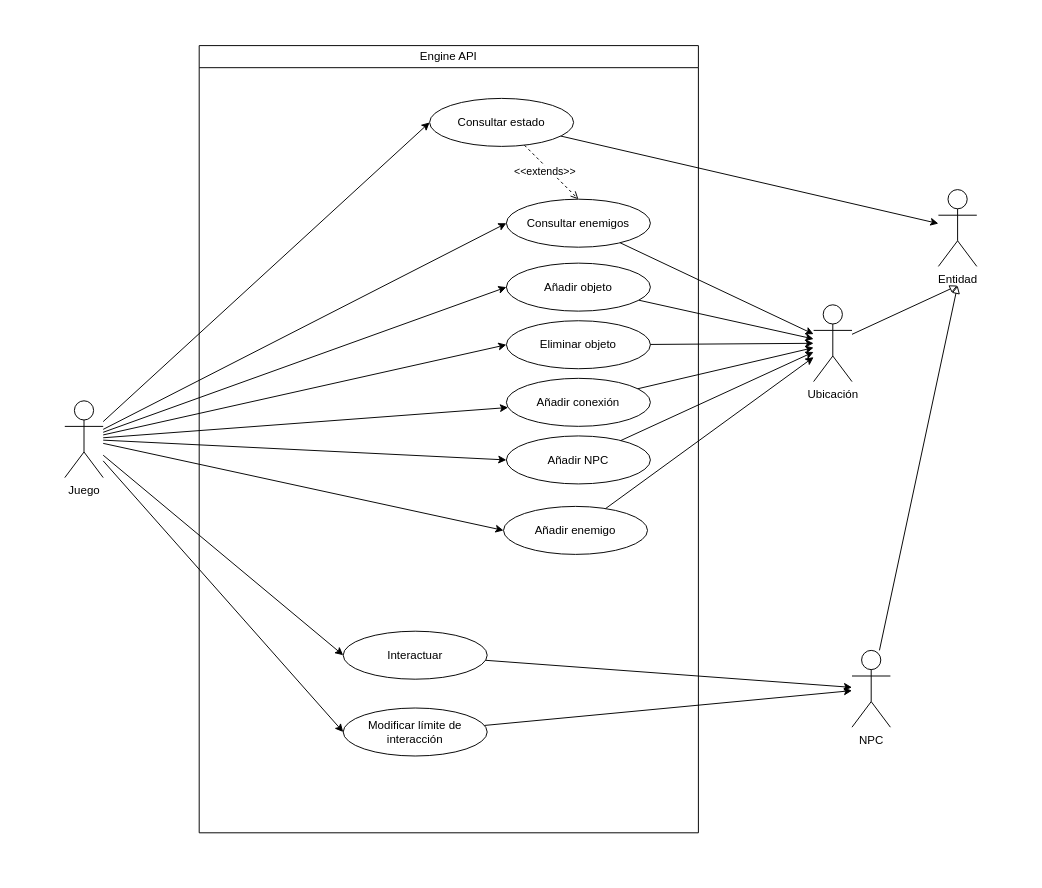
This is document/tex_files/mainmatter/chapter_4/images/diagrama_analisis_motor/casos_uso_motor_3.drawio from ThAlsay/Hephaestus, a draw.io file, before an edit. Source tidied: cells renumbered, new cells numbered last; positions are measured from the earlier drawing's top-left corner, leaving out a move shared by most shapes. Both pictures are drawn from the tidied source at 96%, with x=0, y=0 at pixel (64, 45).
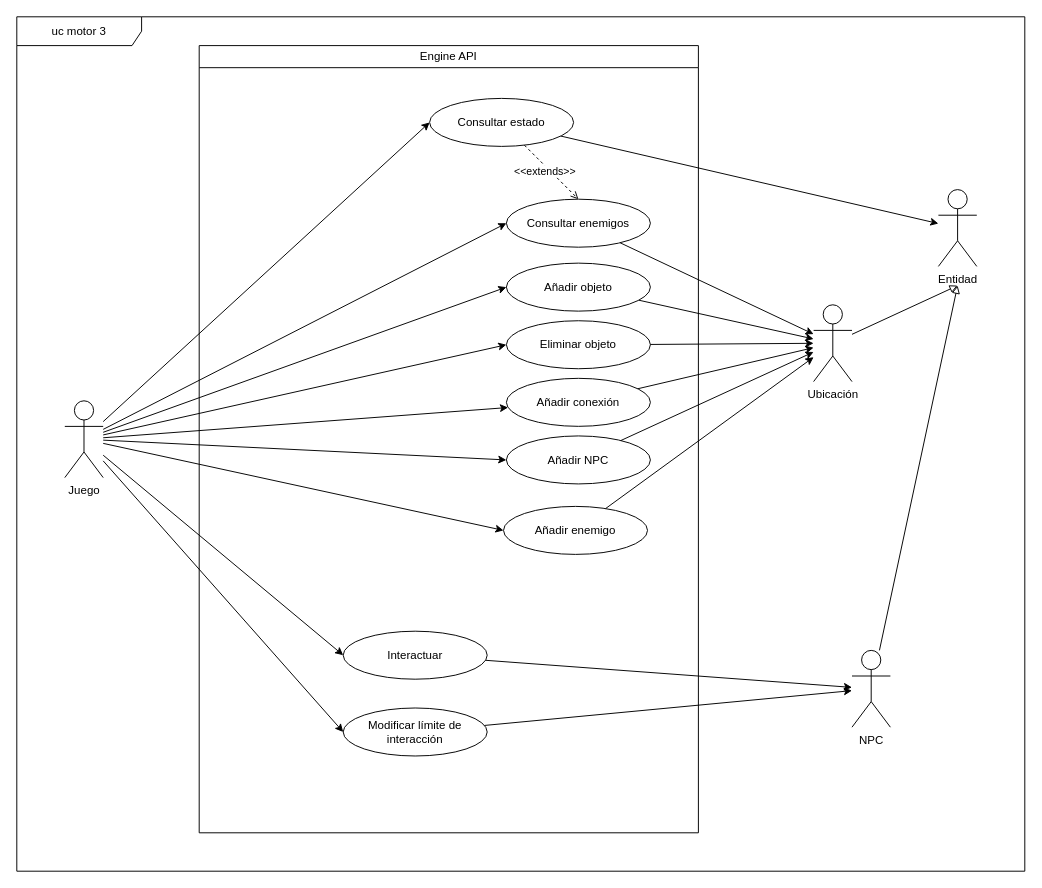
The same diagram, later.

Diff of the diagram source:
```diff
@@
+    <mxCell id="38" value="uc motor 3" style="shape=umlFrame;whiteSpace=wrap;html=1;width=130;height=30;" parent="1" vertex="1">
+      <mxGeometry x="-50" y="-30" width="1050" height="890" as="geometry" />
+    </mxCell>
```
